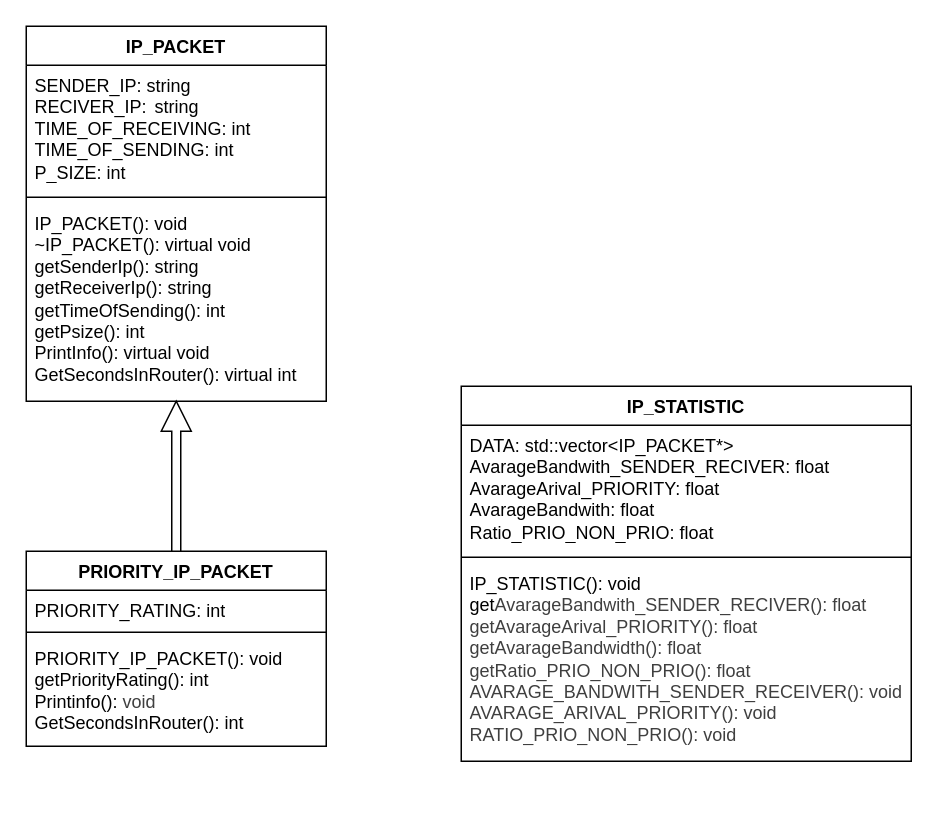
Earlier version of the draw.io diagram ClassDiagram.drawio (lovaszimarci/BME_prog2_hazi). Source tidied: cells renumbered, new cells numbered last; positions are measured from the earlier drawing's top-left corner, leaving out a move shared by most shapes. Both pictures are drawn from the tidied source at 150%, with x=0, y=0 at pixel (26, 26).
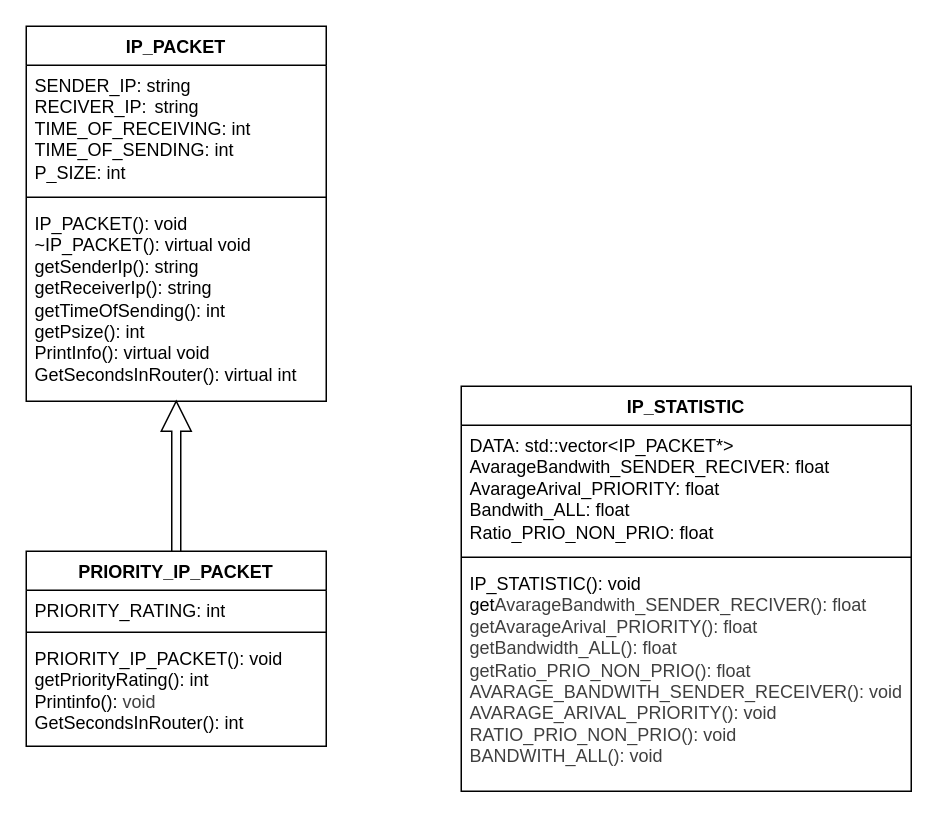
The same page after the edit.

The edit, as a diff of the source:
```diff
@@
 <mxGraphModel>
   <root>
     <mxCell id="0" />
     <mxCell id="1" parent="0" />
     <mxCell id="2" value="IP_PACKET" style="swimlane;fontStyle=1;align=center;verticalAlign=top;horizontal=1;startSize=26;whiteSpace=wrap;html=1;" parent="1" vertex="1">
       <mxGeometry width="200" height="250" as="geometry" />
     </mxCell>
     <mxCell id="3" value="SENDER_IP: string&lt;div&gt;RECIVER_IP:&amp;nbsp;&lt;span style=&quot;white-space: pre;&quot;&gt;&#9;&lt;/span&gt;string&lt;/div&gt;&lt;div&gt;TIME_OF_RECEIVING: int&lt;/div&gt;&lt;div&gt;TIME_OF_SENDING: int&lt;/div&gt;&lt;div&gt;P_SIZE: int&lt;/div&gt;" style="text;strokeColor=none;fillColor=none;align=left;verticalAlign=top;spacingLeft=4;spacingRight=4;overflow=hidden;whiteSpace=wrap;html=1;" parent="2" vertex="1">
       <mxGeometry y="26" width="200" height="84" as="geometry" />
     </mxCell>
     <mxCell id="4" style="line;strokeWidth=1;fillColor=none;align=left;verticalAlign=middle;spacingTop=-1;spacingLeft=3;spacingRight=3;labelPosition=right;strokeColor=inherit;" parent="2" vertex="1">
       <mxGeometry y="110" width="200" height="8" as="geometry" />
     </mxCell>
     <mxCell id="5" value="&lt;div&gt;IP_PACKET(): void&lt;/div&gt;&lt;div&gt;~IP_PACKET(): virtual void&lt;/div&gt;getSenderIp(): string&lt;div&gt;&lt;font color=&quot;#000000&quot;&gt;getReceiverIp(): string&lt;/font&gt;&lt;/div&gt;&lt;div&gt;&lt;font color=&quot;#000000&quot;&gt;getTimeOfSending(): int&lt;/font&gt;&lt;/div&gt;&lt;div&gt;&lt;font color=&quot;#000000&quot;&gt;getPsize(): int&lt;/font&gt;&lt;/div&gt;&lt;div&gt;&lt;font color=&quot;#000000&quot;&gt;PrintInfo(): virtual void&lt;/font&gt;&lt;/div&gt;&lt;div&gt;&lt;font color=&quot;#000000&quot;&gt;GetSecondsInRouter(): virtual int&lt;/font&gt;&lt;/div&gt;" style="text;strokeColor=none;fillColor=none;align=left;verticalAlign=top;spacingLeft=4;spacingRight=4;overflow=hidden;whiteSpace=wrap;html=1;" parent="2" vertex="1">
       <mxGeometry y="118" width="200" height="132" as="geometry" />
     </mxCell>
     <mxCell id="6" value="PRIORITY_IP_PACKET" style="swimlane;fontStyle=1;align=center;verticalAlign=top;horizontal=1;startSize=26;whiteSpace=wrap;html=1;" parent="1" vertex="1">
       <mxGeometry y="350" width="200" height="130" as="geometry" />
     </mxCell>
     <mxCell id="7" value="PRIORITY_RATING: int&lt;div&gt;&lt;br&gt;&lt;/div&gt;" style="text;strokeColor=none;fillColor=none;align=left;verticalAlign=top;spacingLeft=4;spacingRight=4;overflow=hidden;whiteSpace=wrap;html=1;" parent="6" vertex="1">
       <mxGeometry y="26" width="200" height="24" as="geometry" />
     </mxCell>
     <mxCell id="8" style="line;strokeWidth=1;fillColor=none;align=left;verticalAlign=middle;spacingTop=-1;spacingLeft=3;spacingRight=3;labelPosition=right;strokeColor=inherit;" parent="6" vertex="1">
       <mxGeometry y="50" width="200" height="8" as="geometry" />
     </mxCell>
     <mxCell id="9" value="PRIORITY_IP_PACKET(): void&lt;div&gt;getPriorityRating(): int&lt;/div&gt;&lt;div&gt;&lt;span style=&quot;background-color: transparent;&quot;&gt;Printinfo():&amp;nbsp;&lt;/span&gt;&lt;span style=&quot;color: rgb(63, 63, 63); background-color: transparent;&quot;&gt;void&lt;/span&gt;&lt;span style=&quot;color: rgb(63, 63, 63); background-color: transparent;&quot;&gt;&amp;nbsp;&lt;/span&gt;&lt;/div&gt;&lt;div&gt;GetSecondsInRouter(): int&lt;/div&gt;" style="text;strokeColor=none;fillColor=none;align=left;verticalAlign=top;spacingLeft=4;spacingRight=4;overflow=hidden;whiteSpace=wrap;html=1;" parent="6" vertex="1">
       <mxGeometry y="58" width="200" height="72" as="geometry" />
     </mxCell>
     <mxCell id="10" value="IP_STATISTIC" style="swimlane;fontStyle=1;align=center;verticalAlign=top;horizontal=1;startSize=26;whiteSpace=wrap;html=1;" parent="1" vertex="1">
-      <mxGeometry x="290" y="240" width="300" height="250" as="geometry" />
+      <mxGeometry x="290" y="240" width="300" height="270" as="geometry" />
     </mxCell>
-    <mxCell id="11" value="DATA: std::vector&amp;lt;IP_PACKET*&amp;gt;&lt;div&gt;AvarageBandwith_SENDER_RECIVER: float&lt;/div&gt;&lt;div&gt;AvarageArival_PRIORITY: float&lt;/div&gt;&lt;div&gt;AvarageBandwith: float&lt;/div&gt;&lt;div&gt;Ratio_PRIO_NON_PRIO: float&lt;/div&gt;" style="text;strokeColor=none;fillColor=none;align=left;verticalAlign=top;spacingLeft=4;spacingRight=4;overflow=hidden;whiteSpace=wrap;html=1;" parent="10" vertex="1">
+    <mxCell id="11" value="DATA: std::vector&amp;lt;IP_PACKET*&amp;gt;&lt;div&gt;AvarageBandwith_SENDER_RECIVER: float&lt;/div&gt;&lt;div&gt;AvarageArival_PRIORITY: float&lt;/div&gt;&lt;div&gt;Bandwith_ALL: float&lt;/div&gt;&lt;div&gt;Ratio_PRIO_NON_PRIO: float&lt;/div&gt;" style="text;strokeColor=none;fillColor=none;align=left;verticalAlign=top;spacingLeft=4;spacingRight=4;overflow=hidden;whiteSpace=wrap;html=1;" parent="10" vertex="1">
       <mxGeometry y="26" width="300" height="84" as="geometry" />
     </mxCell>
     <mxCell id="12" style="line;strokeWidth=1;fillColor=none;align=left;verticalAlign=middle;spacingTop=-1;spacingLeft=3;spacingRight=3;labelPosition=right;strokeColor=inherit;" parent="10" vertex="1">
       <mxGeometry y="110" width="300" height="8" as="geometry" />
     </mxCell>
-    <mxCell id="13" value="IP_STATISTIC(): void&lt;div&gt;get&lt;span style=&quot;color: rgb(63, 63, 63); background-color: transparent;&quot;&gt;AvarageBandwith_SENDER_RECIVER(): float&lt;/span&gt;&lt;/div&gt;&lt;div&gt;&lt;span style=&quot;color: rgb(63, 63, 63); background-color: transparent;&quot;&gt;getAvarageArival_PRIORITY(): float&lt;/span&gt;&lt;/div&gt;&lt;div&gt;&lt;span style=&quot;color: rgb(63, 63, 63); background-color: transparent;&quot;&gt;&lt;div&gt;getAvarageBandwidth(): float&lt;/div&gt;&lt;div&gt;getRatio_PRIO_NON_PRIO(): float&lt;/div&gt;&lt;div&gt;AVARAGE_BANDWITH_SENDER_RECEIVER(): void&lt;/div&gt;&lt;div&gt;AVARAGE_ARIVAL_PRIORITY(): void&lt;/div&gt;&lt;div&gt;RATIO_PRIO_NON_PRIO(): void&lt;/div&gt;&lt;/span&gt;&lt;/div&gt;" style="text;strokeColor=none;fillColor=none;align=left;verticalAlign=top;spacingLeft=4;spacingRight=4;overflow=hidden;whiteSpace=wrap;html=1;" parent="10" vertex="1">
-      <mxGeometry y="118" width="300" height="132" as="geometry" />
+    <mxCell id="13" value="IP_STATISTIC(): void&lt;div&gt;get&lt;span style=&quot;color: rgb(63, 63, 63); background-color: transparent;&quot;&gt;AvarageBandwith_SENDER_RECIVER(): float&lt;/span&gt;&lt;/div&gt;&lt;div&gt;&lt;span style=&quot;color: rgb(63, 63, 63); background-color: transparent;&quot;&gt;getAvarageArival_PRIORITY(): float&lt;/span&gt;&lt;/div&gt;&lt;div&gt;&lt;span style=&quot;color: rgb(63, 63, 63); background-color: transparent;&quot;&gt;&lt;div&gt;getBandwidth_ALL(): float&lt;/div&gt;&lt;div&gt;getRatio_PRIO_NON_PRIO(): float&lt;/div&gt;&lt;div&gt;AVARAGE_BANDWITH_SENDER_RECEIVER(): void&lt;/div&gt;&lt;div&gt;AVARAGE_ARIVAL_PRIORITY(): void&lt;/div&gt;&lt;div&gt;RATIO_PRIO_NON_PRIO(): void&lt;/div&gt;&lt;div&gt;BANDWITH_ALL(): void&lt;/div&gt;&lt;/span&gt;&lt;/div&gt;" style="text;strokeColor=none;fillColor=none;align=left;verticalAlign=top;spacingLeft=4;spacingRight=4;overflow=hidden;whiteSpace=wrap;html=1;" parent="10" vertex="1">
+      <mxGeometry y="118" width="300" height="152" as="geometry" />
     </mxCell>
     <mxCell id="14" style="shape=singleArrow;direction=north;whiteSpace=wrap;html=1;" parent="1" vertex="1">
       <mxGeometry x="90" y="250" width="20" height="100" as="geometry" />
     </mxCell>
   </root>
 </mxGraphModel>
```
